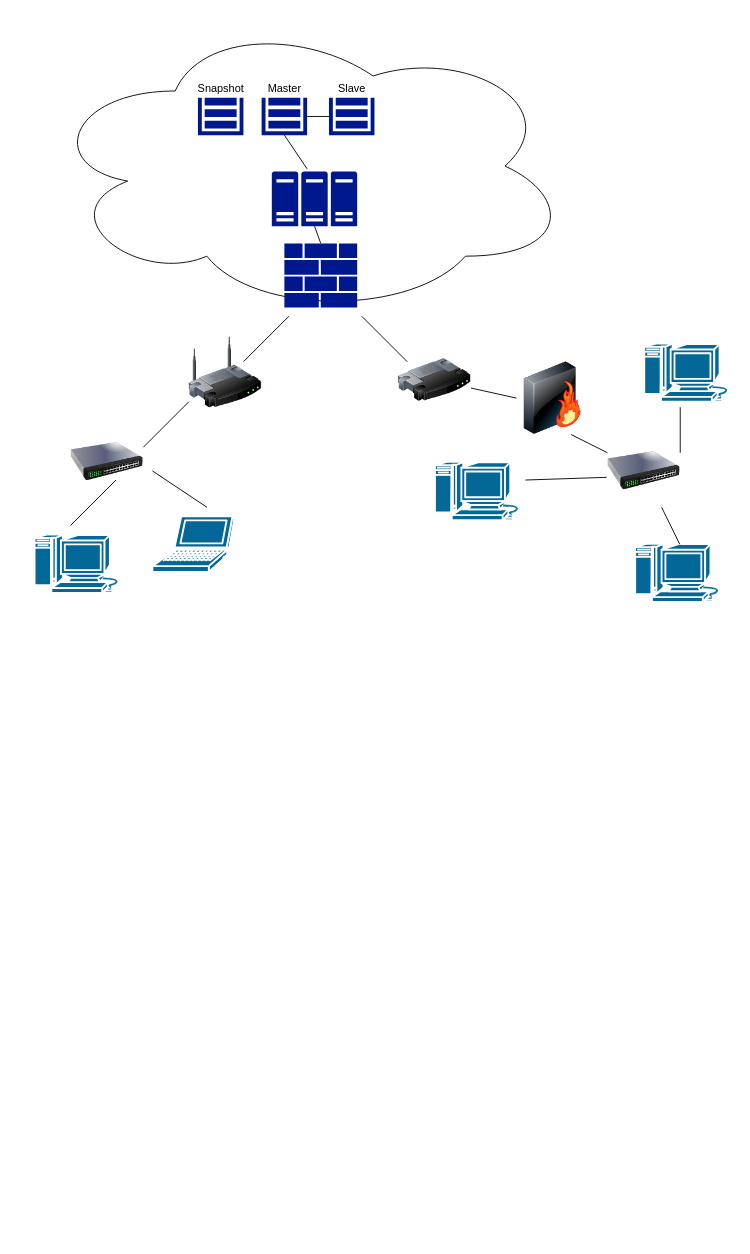
Earlier version of the draw.io diagram Untitled Diagram.drawio (ChiaraGismondi02/ArtisticMood). Source tidied: cells renumbered, new cells numbered last; positions are measured from the earlier drawing's top-left corner, leaving out a move shared by most shapes. Both pictures are drawn from the tidied source at 91%, with x=0, y=0 at pixel (34, 15).
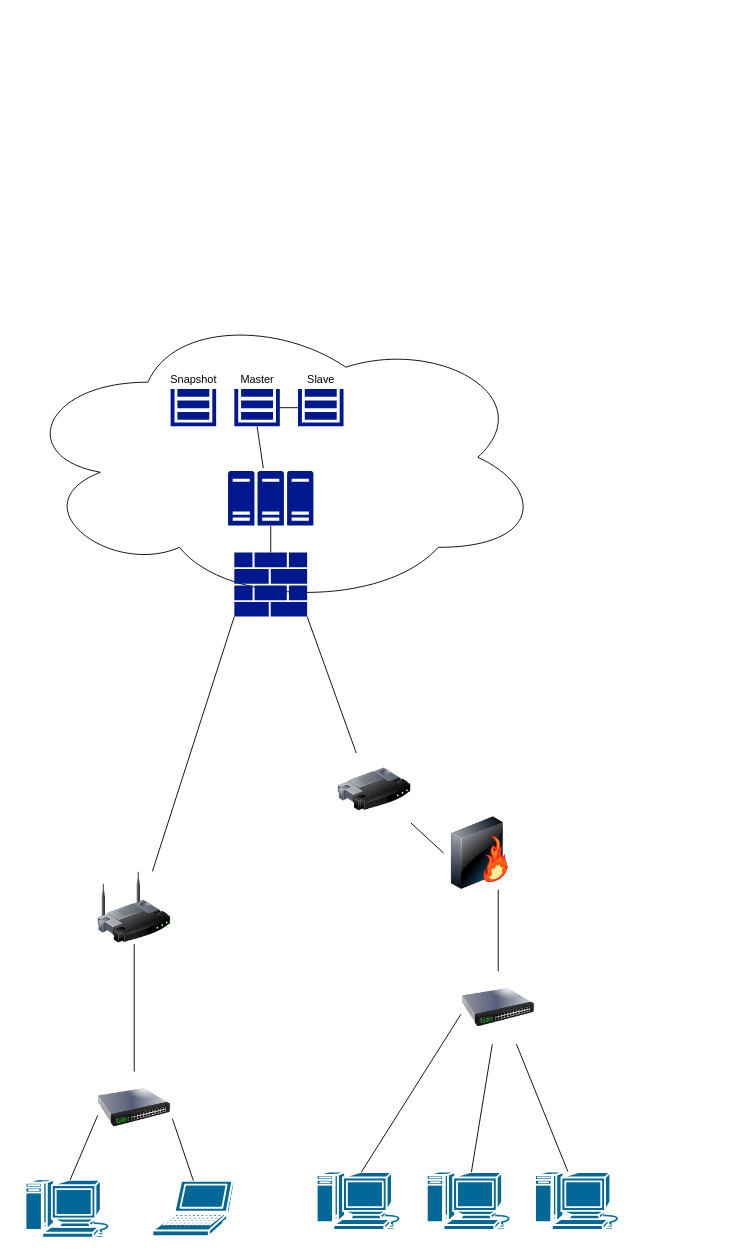
After the change.

The edit, as a diff of the source:
```diff
@@
     <mxCell id="2" style="image;html=1;image=img/lib/clip_art/networking/Router_128x128.png;" parent="1" vertex="1">
-      <mxGeometry x="400" y="360" width="80" height="80" as="geometry" />
+      <mxGeometry x="334" y="810" width="80" height="80" as="geometry" />
     </mxCell>
-    <mxCell id="3" style="image;html=1;image=img/lib/clip_art/networking/Wireless_Router_128x128.png;" parent="1" vertex="1">
-      <mxGeometry x="170" y="352" width="80" height="80" as="geometry" />
-    </mxCell>
     <mxCell id="4" style="image;html=1;image=img/lib/clip_art/networking/Switch_128x128.png;" parent="1" vertex="1">
-      <mxGeometry x="40" y="450" width="80" height="80" as="geometry" />
+      <mxGeometry x="70" y="1160" width="80" height="80" as="geometry" />
     </mxCell>
     <mxCell id="5" style="image;html=1;image=img/lib/clip_art/networking/Switch_128x128.png;" parent="1" vertex="1">
-      <mxGeometry x="630" y="460" width="80" height="80" as="geometry" />
+      <mxGeometry x="470" y="1050" width="80" height="80" as="geometry" />
     </mxCell>
     <mxCell id="6" style="shape=mxgraph.cisco.computers_and_peripherals.laptop;html=1;dashed=0;fillColor=#036897;strokeColor=#ffffff;strokeWidth=2;verticalLabelPosition=bottom;verticalAlign=top;align=center;outlineConnect=0;" parent="1" vertex="1">
-      <mxGeometry x="130" y="550" width="90" height="61" as="geometry" />
+      <mxGeometry x="130" y="1280" width="90" height="61" as="geometry" />
     </mxCell>
     <mxCell id="7" style="shape=mxgraph.cisco.computers_and_peripherals.macintosh;html=1;dashed=0;fillColor=#036897;strokeColor=#ffffff;strokeWidth=2;verticalLabelPosition=bottom;verticalAlign=top;align=center;outlineConnect=0;" parent="1" vertex="1">
-      <mxGeometry y="570" width="99" height="64" as="geometry" />
+      <mxGeometry x="-10" y="1278.5" width="99" height="64" as="geometry" />
     </mxCell>
     <mxCell id="8" style="shape=mxgraph.cisco.computers_and_peripherals.macintosh;html=1;dashed=0;fillColor=#036897;strokeColor=#ffffff;strokeWidth=2;verticalLabelPosition=bottom;verticalAlign=top;align=center;outlineConnect=0;" parent="1" vertex="1">
-      <mxGeometry x="660" y="580" width="99" height="64" as="geometry" />
+      <mxGeometry x="431" y="1270" width="99" height="64" as="geometry" />
     </mxCell>
     <mxCell id="9" style="shape=mxgraph.cisco.computers_and_peripherals.macintosh;html=1;dashed=0;fillColor=#036897;strokeColor=#ffffff;strokeWidth=2;verticalLabelPosition=bottom;verticalAlign=top;align=center;outlineConnect=0;" parent="1" vertex="1">
-      <mxGeometry x="670" y="360" width="99" height="64" as="geometry" />
+      <mxGeometry x="550" y="1270" width="99" height="64" as="geometry" />
     </mxCell>
     <mxCell id="10" style="shape=mxgraph.cisco.computers_and_peripherals.macintosh;html=1;dashed=0;fillColor=#036897;strokeColor=#ffffff;strokeWidth=2;verticalLabelPosition=bottom;verticalAlign=top;align=center;outlineConnect=0;" parent="1" vertex="1">
-      <mxGeometry x="440" y="490" width="99" height="64" as="geometry" />
+      <mxGeometry x="310" y="1270" width="99" height="64" as="geometry" />
     </mxCell>
     <mxCell id="11" style="image;html=1;image=img/lib/clip_art/networking/Firewall-page1_128x128.png;" parent="1" vertex="1">
-      <mxGeometry x="530" y="380" width="80" height="80" as="geometry" />
+      <mxGeometry x="450" y="880" width="80" height="80" as="geometry" />
     </mxCell>
-    <mxCell id="12" style="endArrow=none;html=1;" parent="1" edge="1">
-      <mxGeometry relative="1" as="geometry">
-        <mxPoint x="190" y="540" as="sourcePoint" />
-        <mxPoint x="130" y="500" as="targetPoint" />
-      </mxGeometry>
+    <mxCell id="12" style="endArrow=none;html=1;exitX=0.5;exitY=0;exitDx=0;exitDy=0;exitPerimeter=0;entryX=1.025;entryY=0.65;entryDx=0;entryDy=0;entryPerimeter=0;" parent="1" edge="1" source="6" target="4">
+      <mxGeometry relative="1" as="geometry" />
     </mxCell>
-    <mxCell id="13" style="endArrow=none;html=1;" parent="1" edge="1">
-      <mxGeometry relative="1" as="geometry">
-        <mxPoint x="40" y="560" as="sourcePoint" />
-        <mxPoint x="90" y="510" as="targetPoint" />
-      </mxGeometry>
+    <mxCell id="13" style="endArrow=none;html=1;exitX=0.5;exitY=0.01;exitDx=0;exitDy=0;exitPerimeter=0;entryX=0;entryY=0.6;entryDx=0;entryDy=0;entryPerimeter=0;" parent="1" edge="1" source="7" target="4">
+      <mxGeometry relative="1" as="geometry" />
     </mxCell>
-    <mxCell id="14" style="endArrow=none;html=1;" parent="1" edge="1">
-      <mxGeometry relative="1" as="geometry">
-        <mxPoint x="120" y="474" as="sourcePoint" />
-        <mxPoint x="170" y="424" as="targetPoint" />
-      </mxGeometry>
-    </mxCell>
-    <mxCell id="15" style="endArrow=none;html=1;" parent="1" edge="1">
-      <mxGeometry relative="1" as="geometry">
-        <mxPoint x="230" y="380" as="sourcePoint" />
-        <mxPoint x="280" y="330" as="targetPoint" />
-      </mxGeometry>
+    <mxCell id="15" style="endArrow=none;html=1;exitX=0.75;exitY=0;exitDx=0;exitDy=0;entryX=0;entryY=1;entryDx=0;entryDy=0;entryPerimeter=0;" parent="1" edge="1" source="3" target="25">
+      <mxGeometry relative="1" as="geometry" />
     </mxCell>
-    <mxCell id="16" style="endArrow=none;html=1;" parent="1" edge="1">
-      <mxGeometry relative="1" as="geometry">
-        <mxPoint x="410" y="380" as="sourcePoint" />
-        <mxPoint x="360" y="330" as="targetPoint" />
-      </mxGeometry>
+    <mxCell id="16" style="endArrow=none;html=1;exitX=0.25;exitY=0;exitDx=0;exitDy=0;entryX=1;entryY=1;entryDx=0;entryDy=0;entryPerimeter=0;" parent="1" edge="1" source="2" target="25">
+      <mxGeometry relative="1" as="geometry" />
     </mxCell>
     <mxCell id="17" style="ellipse;shape=cloud;whiteSpace=wrap;html=1;" parent="1" vertex="1">
-      <mxGeometry x="10" width="580" height="330" as="geometry" />
+      <mxGeometry x="-20" y="320" width="580" height="330" as="geometry" />
     </mxCell>
     <mxCell id="18" style="shadow=0;dashed=0;html=1;strokeColor=none;labelPosition=center;verticalLabelPosition=bottom;verticalAlign=top;align=center;fillColor=#00188D;shape=mxgraph.mscae.enterprise.storage;" parent="1" vertex="1">
-      <mxGeometry x="250" y="90" width="50" height="41" as="geometry" />
+      <mxGeometry x="220" y="410" width="50" height="41" as="geometry" />
     </mxCell>
     <mxCell id="19" style="shadow=0;dashed=0;html=1;strokeColor=none;labelPosition=center;verticalLabelPosition=bottom;verticalAlign=top;align=center;fillColor=#00188D;shape=mxgraph.mscae.enterprise.storage;" parent="1" vertex="1">
-      <mxGeometry x="180" y="90" width="50" height="41" as="geometry" />
+      <mxGeometry x="150" y="410" width="50" height="41" as="geometry" />
     </mxCell>
     <mxCell id="20" style="shadow=0;dashed=0;html=1;strokeColor=none;labelPosition=center;verticalLabelPosition=bottom;verticalAlign=top;align=center;fillColor=#00188D;shape=mxgraph.mscae.enterprise.storage;" parent="1" vertex="1">
-      <mxGeometry x="324" y="90" width="50" height="41" as="geometry" />
+      <mxGeometry x="290" y="410" width="50" height="41" as="geometry" />
     </mxCell>
     <mxCell id="21" value="Master" style="text;html=1;align=center;verticalAlign=middle;fillColor=none;strokeColor=none;rounded=0;" parent="1" vertex="1">
-      <mxGeometry x="250" y="70" width="50" height="20" as="geometry" />
+      <mxGeometry x="220" y="390" width="50" height="20" as="geometry" />
     </mxCell>
     <mxCell id="22" value="Slave" style="text;html=1;align=center;verticalAlign=middle;fillColor=none;strokeColor=none;rounded=0;" parent="1" vertex="1">
-      <mxGeometry x="324" y="70" width="50" height="20" as="geometry" />
+      <mxGeometry x="290" y="390" width="50" height="20" as="geometry" />
     </mxCell>
     <mxCell id="23" value="Snapshot" style="text;html=1;align=center;verticalAlign=middle;fillColor=none;strokeColor=none;rounded=0;" parent="1" vertex="1">
-      <mxGeometry x="170" y="70" width="70" height="20" as="geometry" />
+      <mxGeometry x="140" y="390" width="70" height="20" as="geometry" />
     </mxCell>
     <mxCell id="24" style="shadow=0;dashed=0;html=1;strokeColor=none;labelPosition=center;verticalLabelPosition=bottom;verticalAlign=top;align=center;fillColor=#00188D;shape=mxgraph.mscae.enterprise.server_farm;" parent="1" vertex="1">
-      <mxGeometry x="261.2" y="171" width="93.8" height="60" as="geometry" />
+      <mxGeometry x="213.1" y="500" width="93.8" height="60" as="geometry" />
     </mxCell>
     <mxCell id="25" style="shadow=0;dashed=0;html=1;strokeColor=none;labelPosition=center;verticalLabelPosition=bottom;verticalAlign=top;align=center;fillColor=#00188D;shape=mxgraph.mscae.enterprise.firewall;" parent="1" vertex="1">
-      <mxGeometry x="275" y="250" width="80" height="70.4" as="geometry" />
+      <mxGeometry x="220" y="589.6" width="80" height="70.4" as="geometry" />
     </mxCell>
@@
-    <mxCell id="30" style="endArrow=none;html=1;entryX=-0.012;entryY=0.588;entryDx=0;entryDy=0;entryPerimeter=0;" parent="1" edge="1" target="5">
-      <mxGeometry relative="1" as="geometry">
-        <mxPoint x="540" y="510" as="sourcePoint" />
-      </mxGeometry>
+    <mxCell id="30" style="endArrow=none;html=1;entryX=-0.012;entryY=0.588;entryDx=0;entryDy=0;entryPerimeter=0;exitX=0.5;exitY=0.01;exitDx=0;exitDy=0;exitPerimeter=0;" parent="1" edge="1" source="10" target="5">
+      <mxGeometry relative="1" as="geometry" />
     </mxCell>
-    <mxCell id="31" style="endArrow=none;html=1;exitX=0;exitY=0.25;exitDx=0;exitDy=0;entryX=0.75;entryY=1;entryDx=0;entryDy=0;" parent="1" edge="1" source="5" target="11">
+    <mxCell id="31" style="endArrow=none;html=1;exitX=0.5;exitY=0;exitDx=0;exitDy=0;entryX=0.75;entryY=1;entryDx=0;entryDy=0;" parent="1" edge="1" source="5" target="11">
       <mxGeometry relative="1" as="geometry" />
     </mxCell>
-    <mxCell id="32" style="endArrow=none;html=1;exitX=1;exitY=0.25;exitDx=0;exitDy=0;" parent="1" edge="1" source="5">
-      <mxGeometry relative="1" as="geometry">
-        <mxPoint x="710" y="430" as="targetPoint" />
-      </mxGeometry>
+    <mxCell id="32" style="endArrow=none;html=1;exitX=0.75;exitY=1;exitDx=0;exitDy=0;" parent="1" edge="1" source="5" target="9">
+      <mxGeometry relative="1" as="geometry" />
     </mxCell>
@@
+    <mxCell id="3" style="image;html=1;image=img/lib/clip_art/networking/Wireless_Router_128x128.png;" parent="1" vertex="1">
+      <mxGeometry x="70" y="940" width="80" height="80" as="geometry" />
+    </mxCell>
+    <mxCell id="34" style="endArrow=none;html=1;exitX=0.5;exitY=0;exitDx=0;exitDy=0;" parent="1" edge="1" source="4" target="3">
+      <mxGeometry relative="1" as="geometry" />
+    </mxCell>
```
